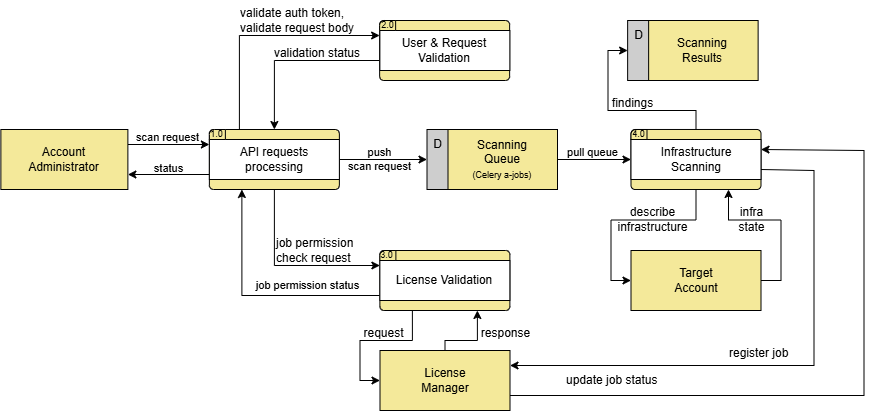
Above: docs/assets/dfd_ondemand_scan.png in epam/syndicate-rule-engine (draw.io), before the change. Source tidied: cells renumbered, new cells last; positions are measured from the earlier drawing's top-left corner, leaving out a move shared by most shapes.
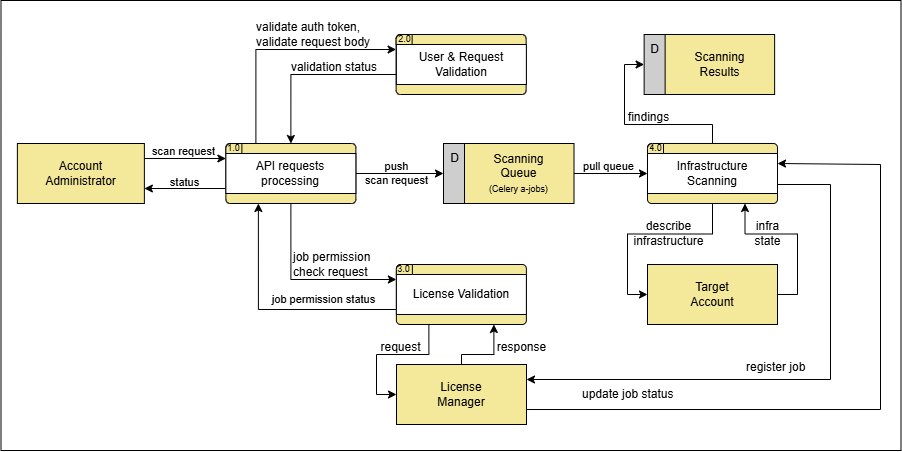
Above is the later version.

Change to the diagram source:
```diff
@@ -212,5 +212,8 @@
     <mxCell id="57" value="update job&amp;nbsp;&lt;span style=&quot;background-color: transparent; color: light-dark(rgb(0, 0, 0), rgb(255, 255, 255));&quot;&gt;status&lt;/span&gt;" style="text;html=1;align=left;verticalAlign=middle;strokeColor=none;fillColor=none;" parent="1" vertex="1">
       <mxGeometry x="563.5" y="365" width="110" height="30" as="geometry" />
     </mxCell>
+    <mxCell id="58" style="rounded=0;whiteSpace=wrap;html=1;fillColor=none;" parent="1" vertex="1">
+      <mxGeometry x="-16" y="-14" width="900" height="450" as="geometry" />
+    </mxCell>
   </root>
 </mxGraphModel>
```
